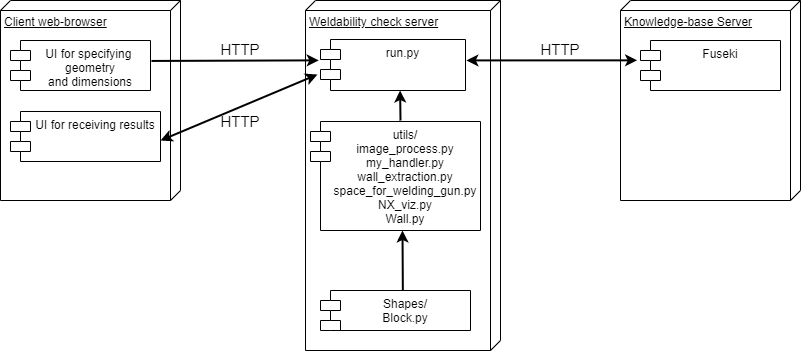
Before: Figures/A2/Block_architecture.png, a diagram exported from draw.io (lerausenco/KBE-Prosjekt). Source tidied: cells renumbered, new cells last; positions are measured from the earlier drawing's top-left corner, leaving out a move shared by most shapes.
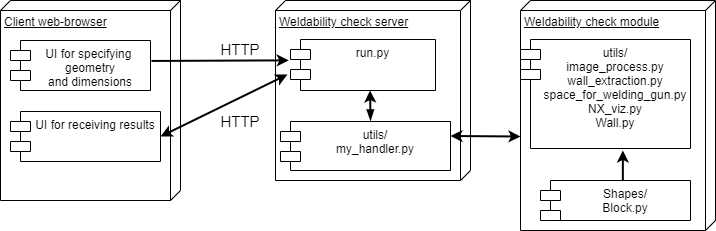
The same diagram one commit later.

Change to the diagram source:
```diff
@@ -2,6 +2,9 @@
   <root>
     <mxCell id="0" />
     <mxCell id="1" parent="0" />
+    <mxCell id="19" value="Weldability check module" style="verticalAlign=top;align=left;spacingTop=8;spacingLeft=2;spacingRight=12;shape=cube;size=10;direction=south;fontStyle=4;html=1;" parent="1" vertex="1">
+      <mxGeometry x="520" width="195" height="230" as="geometry" />
+    </mxCell>
     <mxCell id="2" value="Client web-browser&lt;br&gt;&lt;br&gt;" style="verticalAlign=top;align=left;spacingTop=8;spacingLeft=2;spacingRight=12;shape=cube;size=10;direction=south;fontStyle=4;html=1;" parent="1" vertex="1">
       <mxGeometry width="180" height="200" as="geometry" />
     </mxCell>
@@ -9,17 +12,11 @@
       <mxGeometry x="10" y="40" width="140" height="50" as="geometry" />
     </mxCell>
     <mxCell id="4" value="Weldability check server" style="verticalAlign=top;align=left;spacingTop=8;spacingLeft=2;spacingRight=12;shape=cube;size=10;direction=south;fontStyle=4;html=1;" parent="1" vertex="1">
-      <mxGeometry x="305" width="195" height="350" as="geometry" />
+      <mxGeometry x="275" width="195" height="180" as="geometry" />
     </mxCell>
     <mxCell id="5" value="run.py" style="shape=module;align=left;spacingLeft=20;align=center;verticalAlign=top;" parent="1" vertex="1">
-      <mxGeometry x="320" y="39" width="145" height="51" as="geometry" />
+      <mxGeometry x="290" y="39" width="145" height="51" as="geometry" />
     </mxCell>
-    <mxCell id="6" value="Knowledge-base Server&lt;br&gt;" style="verticalAlign=top;align=left;spacingTop=8;spacingLeft=2;spacingRight=12;shape=cube;size=10;direction=south;fontStyle=4;html=1;" parent="1" vertex="1">
-      <mxGeometry x="620" width="180" height="200" as="geometry" />
-    </mxCell>
-    <mxCell id="7" value="Fuseki" style="shape=module;align=left;spacingLeft=20;align=center;verticalAlign=top;" parent="1" vertex="1">
-      <mxGeometry x="640" y="40" width="140" height="50" as="geometry" />
-    </mxCell>
     <mxCell id="8" style="endArrow=classic;html=1;strokeWidth=2;exitX=1.007;exitY=0.409;exitDx=0;exitDy=0;exitPerimeter=0;entryX=-0.012;entryY=0.409;entryDx=0;entryDy=0;entryPerimeter=0;" parent="1" edge="1" source="3" target="5">
       <mxGeometry relative="1" as="geometry" />
     </mxCell>
@@ -29,37 +26,37 @@
     <mxCell id="10" value="UI for receiving results" style="shape=module;align=left;spacingLeft=20;align=center;verticalAlign=top;" parent="1" vertex="1">
       <mxGeometry x="10" y="111" width="150" height="50" as="geometry" />
     </mxCell>
-    <mxCell id="11" value="utils/&#10;image_process.py&#10;my_handler.py&#10;wall_extraction.py&#10;space_for_welding_gun.py&#10;NX_viz.py&#10;Wall.py&#10;" style="shape=module;align=left;spacingLeft=20;align=center;verticalAlign=top;" parent="1" vertex="1">
-      <mxGeometry x="310" y="121" width="170" height="109" as="geometry" />
+    <mxCell id="11" value="utils/&#10;my_handler.py&#10;&#10;" style="shape=module;align=left;spacingLeft=20;align=center;verticalAlign=top;" parent="1" vertex="1">
+      <mxGeometry x="280" y="121" width="170" height="49" as="geometry" />
     </mxCell>
-    <mxCell id="12" style="endArrow=classic;html=1;strokeWidth=2;" parent="1" edge="1">
+    <mxCell id="12" style="endArrow=classic;html=1;strokeWidth=2;startArrow=blockThin;startFill=1;" parent="1" edge="1">
       <mxGeometry relative="1" as="geometry">
-        <mxPoint x="400" y="120" as="sourcePoint" />
-        <mxPoint x="399.6" y="90" as="targetPoint" />
+        <mxPoint x="370" y="120" as="sourcePoint" />
+        <mxPoint x="369.6" y="90" as="targetPoint" />
       </mxGeometry>
     </mxCell>
-    <mxCell id="13" style="endArrow=classic;html=1;strokeWidth=2;exitX=1.006;exitY=0.41;exitDx=0;exitDy=0;exitPerimeter=0;entryX=-0.024;entryY=0.397;entryDx=0;entryDy=0;entryPerimeter=0;startArrow=classic;startFill=1;" parent="1" edge="1" source="5" target="7">
-      <mxGeometry relative="1" as="geometry" />
-    </mxCell>
-    <mxCell id="14" value="&lt;font style=&quot;font-size: 15px&quot;&gt;HTTP&lt;/font&gt;" style="text;html=1;strokeColor=none;fillColor=none;align=center;verticalAlign=middle;whiteSpace=wrap;rounded=0;" parent="1" vertex="1">
-      <mxGeometry x="540" y="39" width="40" height="20" as="geometry" />
-    </mxCell>
-    <mxCell id="15" style="endArrow=classic;startArrow=classic;html=1;strokeWidth=2;" parent="1" edge="1">
+    <mxCell id="15" style="endArrow=classic;startArrow=classic;html=1;strokeWidth=2;exitX=1;exitY=0.5;exitDx=0;exitDy=0;" parent="1" edge="1" source="10">
       <mxGeometry relative="1" as="geometry">
-        <mxPoint x="160" y="140" as="sourcePoint" />
-        <mxPoint x="317" y="74" as="targetPoint" />
+        <mxPoint x="287" y="74" as="targetPoint" />
       </mxGeometry>
     </mxCell>
     <mxCell id="16" value="&lt;font style=&quot;font-size: 15px&quot;&gt;HTTP&lt;/font&gt;" style="text;html=1;strokeColor=none;fillColor=none;align=center;verticalAlign=middle;whiteSpace=wrap;rounded=0;" parent="1" vertex="1">
       <mxGeometry x="220" y="111" width="40" height="20" as="geometry" />
     </mxCell>
     <mxCell id="17" value="Shapes/&#10;Block.py" style="shape=module;align=left;spacingLeft=20;align=center;verticalAlign=top;" parent="1" vertex="1">
-      <mxGeometry x="320" y="290" width="150" height="40" as="geometry" />
+      <mxGeometry x="540" y="180" width="150" height="40" as="geometry" />
     </mxCell>
-    <mxCell id="18" style="endArrow=classic;html=1;strokeWidth=2;exitX=0.549;exitY=0.005;exitDx=0;exitDy=0;exitPerimeter=0;" parent="1" edge="1" source="17">
-      <mxGeometry relative="1" as="geometry">
-        <mxPoint x="402" y="230" as="targetPoint" />
-      </mxGeometry>
+    <mxCell id="18" style="endArrow=classic;html=1;strokeWidth=2;exitX=0.549;exitY=0.005;exitDx=0;exitDy=0;exitPerimeter=0;entryX=0.602;entryY=1.018;entryDx=0;entryDy=0;entryPerimeter=0;" parent="1" edge="1" source="17" target="20">
+      <mxGeometry relative="1" as="geometry" />
     </mxCell>
+    <mxCell id="20" value="utils/&#10;image_process.py&#10;wall_extraction.py&#10;space_for_welding_gun.py&#10;NX_viz.py&#10;Wall.py&#10;" style="shape=module;align=left;spacingLeft=20;align=center;verticalAlign=top;" parent="1" vertex="1">
+      <mxGeometry x="520" y="39" width="170" height="109" as="geometry" />
+    </mxCell>
+    <mxCell id="21" style="endArrow=classic;startArrow=classic;html=1;strokeWidth=2;" parent="1" edge="1">
+      <mxGeometry relative="1" as="geometry">
+        <mxPoint x="450" y="135.5" as="sourcePoint" />
+        <mxPoint x="520" y="136" as="targetPoint" />
+      </mxGeometry>
+    </mxCell>
   </root>
 </mxGraphModel>
```
